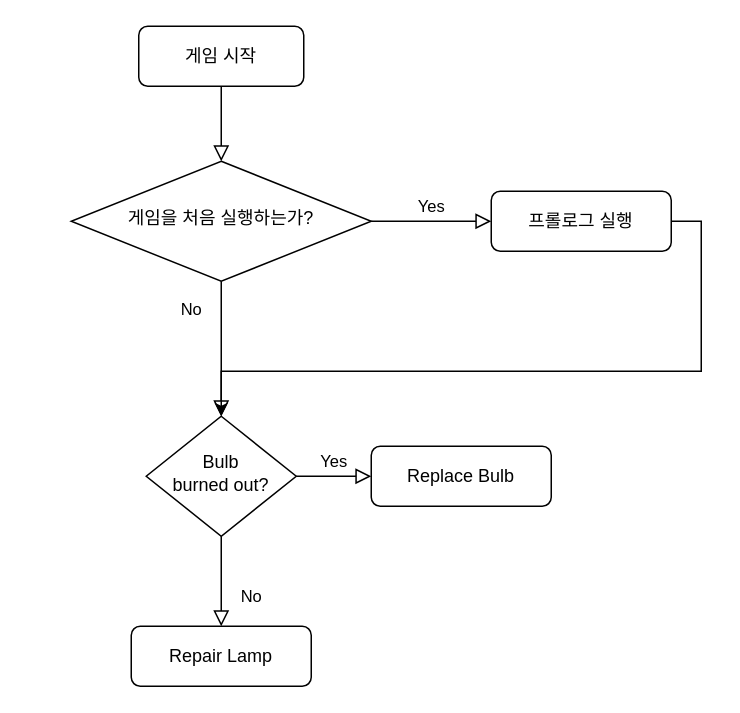
Above: 제목 없는 다이어그램.drawio in nilbace/OhmokDevTestProject (draw.io), before the change. Source tidied: cells renumbered, new cells numbered last; positions are measured from the earlier drawing's top-left corner, leaving out a move shared by most shapes. Both pictures are drawn from the tidied source at 150%, with x=0, y=0 at pixel (70, 26).
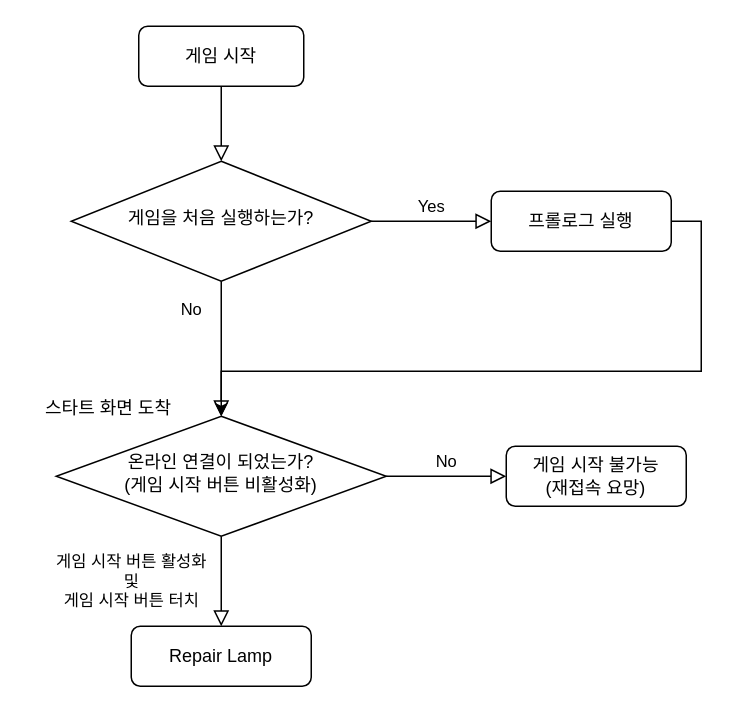
After the change.

Commit message (it also covers changes not shown here):
제목 없는 다이어그램.drawio 업데이트

Diff of the diagram source:
```diff
@@
 <mxGraphModel>
   <root>
     <mxCell id="0" />
     <mxCell id="1" parent="0" />
     <mxCell id="2" style="rounded=0;html=1;jettySize=auto;fontSize=11;endArrow=block;endFill=0;endSize=8;strokeWidth=1;shadow=0;labelBackgroundColor=none;edgeStyle=orthogonalEdgeStyle;" parent="1" edge="1" source="3" target="6">
       <mxGeometry relative="1" as="geometry" />
     </mxCell>
     <mxCell id="3" value="게임 시작" style="rounded=1;whiteSpace=wrap;html=1;fontSize=12;glass=0;strokeWidth=1;shadow=0;" parent="1" vertex="1">
       <mxGeometry x="45" width="110" height="40" as="geometry" />
     </mxCell>
     <mxCell id="4" value="No" style="rounded=0;html=1;jettySize=auto;fontSize=11;endArrow=block;endFill=0;endSize=8;strokeWidth=1;shadow=0;labelBackgroundColor=none;edgeStyle=orthogonalEdgeStyle;" parent="1" edge="1" source="6" target="11">
       <mxGeometry x="-0.57" y="-20" relative="1" as="geometry" />
     </mxCell>
     <mxCell id="5" value="Yes" style="edgeStyle=orthogonalEdgeStyle;rounded=0;html=1;jettySize=auto;fontSize=11;endArrow=block;endFill=0;endSize=8;strokeWidth=1;shadow=0;labelBackgroundColor=none;" parent="1" edge="1" source="6" target="8">
       <mxGeometry y="10" relative="1" as="geometry" />
     </mxCell>
     <mxCell id="6" value="게임을 처음 실행하는가?" style="rhombus;whiteSpace=wrap;html=1;shadow=0;fontFamily=Helvetica;fontSize=12;align=center;strokeWidth=1;spacing=6;spacingTop=-4;" parent="1" vertex="1">
       <mxGeometry y="90" width="200" height="80" as="geometry" />
     </mxCell>
     <mxCell id="7" style="edgeStyle=orthogonalEdgeStyle;rounded=0;hachureGap=4;jettySize=auto;html=1;exitX=1;exitY=0.5;exitDx=0;exitDy=0;fontFamily=Architects Daughter;fontSize=16;" parent="1" edge="1" source="8" target="11">
       <mxGeometry relative="1" as="geometry">
         <Array as="points">
           <mxPoint x="420" y="130" />
           <mxPoint x="420" y="230" />
           <mxPoint x="100" y="230" />
         </Array>
       </mxGeometry>
     </mxCell>
     <mxCell id="8" value="프롤로그 실행" style="rounded=1;whiteSpace=wrap;html=1;fontSize=12;glass=0;strokeWidth=1;shadow=0;" parent="1" vertex="1">
       <mxGeometry x="280" y="110" width="120" height="40" as="geometry" />
     </mxCell>
-    <mxCell id="9" value="No" style="rounded=0;html=1;jettySize=auto;fontSize=11;endArrow=block;endFill=0;endSize=8;strokeWidth=1;shadow=0;labelBackgroundColor=none;edgeStyle=orthogonalEdgeStyle;" parent="1" edge="1" source="11" target="12">
-      <mxGeometry x="0.33" y="20" relative="1" as="geometry" />
+    <mxCell id="9" value="게임 시작 버튼 활성화&lt;br&gt;및&lt;br&gt;게임 시작 버튼 터치" style="rounded=0;html=1;jettySize=auto;fontSize=11;endArrow=block;endFill=0;endSize=8;strokeWidth=1;shadow=0;labelBackgroundColor=none;edgeStyle=orthogonalEdgeStyle;" parent="1" edge="1" source="11" target="12">
+      <mxGeometry y="-60" relative="1" as="geometry" />
     </mxCell>
-    <mxCell id="10" value="Yes" style="edgeStyle=orthogonalEdgeStyle;rounded=0;html=1;jettySize=auto;fontSize=11;endArrow=block;endFill=0;endSize=8;strokeWidth=1;shadow=0;labelBackgroundColor=none;" parent="1" edge="1" source="11" target="13">
+    <mxCell id="10" value="No" style="edgeStyle=orthogonalEdgeStyle;rounded=0;html=1;jettySize=auto;fontSize=11;endArrow=block;endFill=0;endSize=8;strokeWidth=1;shadow=0;labelBackgroundColor=none;" parent="1" edge="1" source="11" target="13">
       <mxGeometry y="10" relative="1" as="geometry" />
     </mxCell>
-    <mxCell id="11" value="Bulb&lt;br&gt;burned out?" style="rhombus;whiteSpace=wrap;html=1;shadow=0;fontFamily=Helvetica;fontSize=12;align=center;strokeWidth=1;spacing=6;spacingTop=-4;" parent="1" vertex="1">
-      <mxGeometry x="50" y="260" width="100" height="80" as="geometry" />
+    <mxCell id="11" value="온라인 연결이 되었는가?&lt;br&gt;(게임 시작 버튼 비활성화)" style="rhombus;whiteSpace=wrap;html=1;shadow=0;fontFamily=Helvetica;fontSize=12;align=center;strokeWidth=1;spacing=6;spacingTop=-4;" parent="1" vertex="1">
+      <mxGeometry x="-10" y="260" width="220" height="80" as="geometry" />
     </mxCell>
     <mxCell id="12" value="Repair Lamp" style="rounded=1;whiteSpace=wrap;html=1;fontSize=12;glass=0;strokeWidth=1;shadow=0;" parent="1" vertex="1">
       <mxGeometry x="40" y="400" width="120" height="40" as="geometry" />
     </mxCell>
-    <mxCell id="13" value="Replace Bulb" style="rounded=1;whiteSpace=wrap;html=1;fontSize=12;glass=0;strokeWidth=1;shadow=0;" parent="1" vertex="1">
-      <mxGeometry x="200" y="280" width="120" height="40" as="geometry" />
+    <mxCell id="13" value="게임 시작 불가능&lt;br&gt;(재접속 요망)" style="rounded=1;whiteSpace=wrap;html=1;fontSize=12;glass=0;strokeWidth=1;shadow=0;" parent="1" vertex="1">
+      <mxGeometry x="290" y="280" width="120" height="40" as="geometry" />
     </mxCell>
+    <mxCell id="14" value="스타트 화면 도착" style="text;html=1;strokeColor=none;fillColor=none;align=center;verticalAlign=middle;whiteSpace=wrap;rounded=0;" parent="1" vertex="1">
+      <mxGeometry x="-30" y="240" width="110" height="30" as="geometry" />
+    </mxCell>
   </root>
 </mxGraphModel>
```
